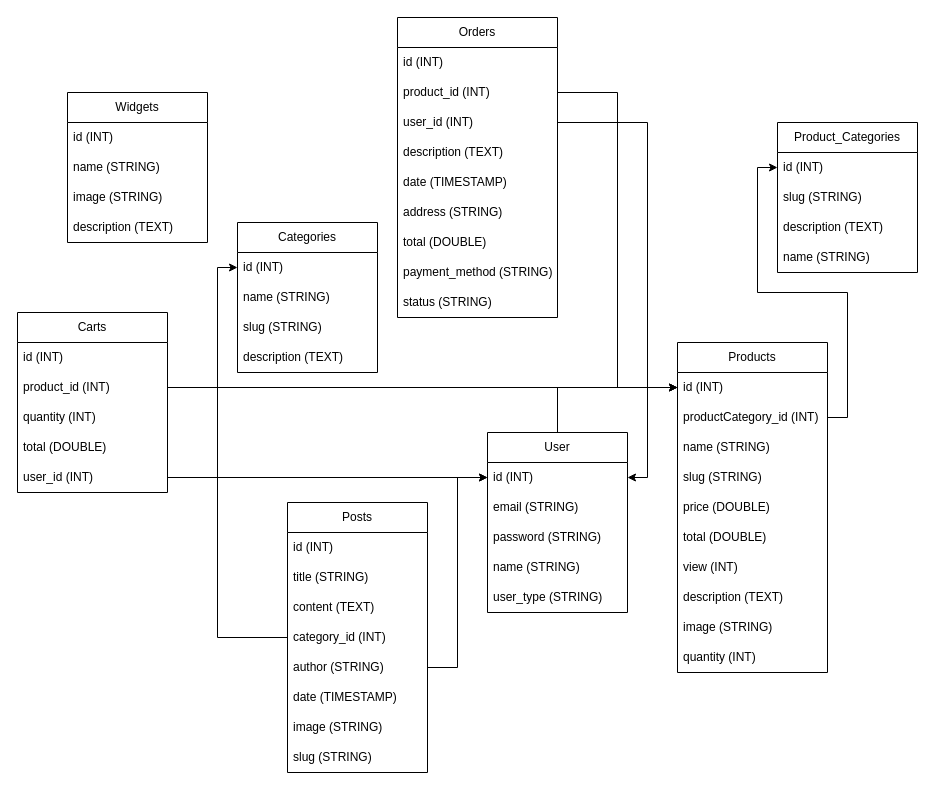
TrieuHongKy/PHP3_WebsiteBanGiay keeps this draw.io diagram as db.drawio. Above is the earlier version. Source tidied: cells renumbered, new cells numbered last; positions are measured from the earlier drawing's top-left corner, leaving out a move shared by most shapes. Both pictures are drawn from the tidied source at 100%, with x=0, y=0 at pixel (17, 17).
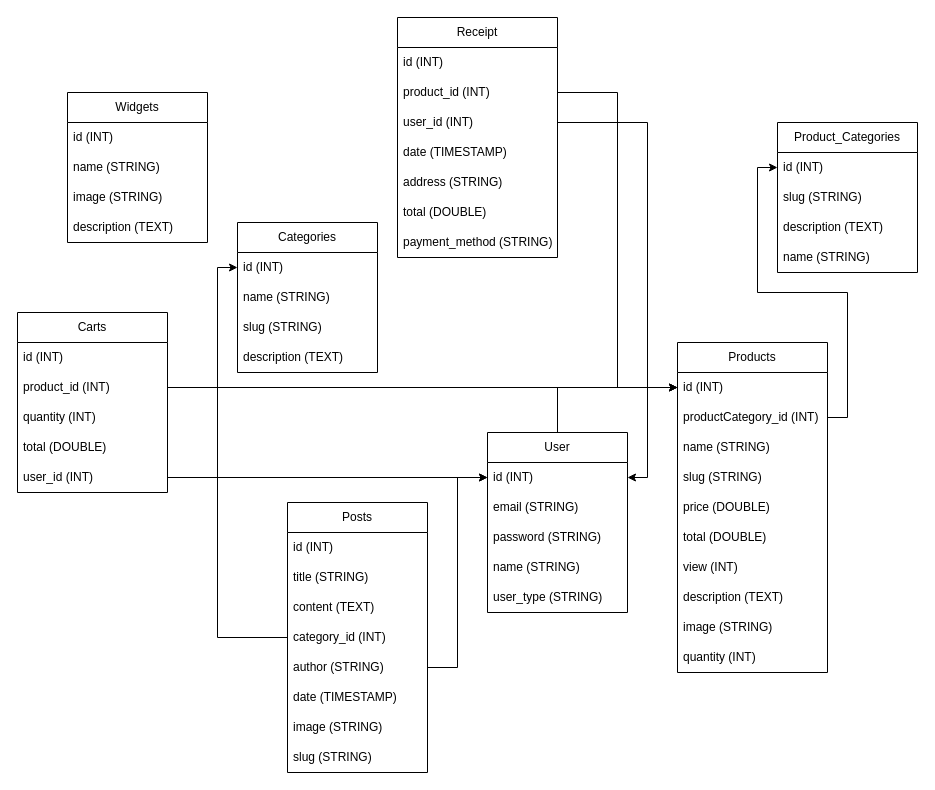
After the change.

Commit message (it also covers changes not shown here):
Add Database By Diagrams And Report File Docx

Diff of the diagram source:
```diff
@@
-    <mxCell id="29" value="Orders" style="swimlane;fontStyle=0;horizontal=1;startSize=30;whiteSpace=wrap;html=1;" parent="1" vertex="1">
-      <mxGeometry x="380" width="160" height="300" as="geometry" />
+    <mxCell id="29" value="Receipt" style="swimlane;fontStyle=0;horizontal=1;startSize=30;whiteSpace=wrap;html=1;" parent="1" vertex="1">
+      <mxGeometry x="380" width="160" height="240" as="geometry" />
     </mxCell>
@@
-    <mxCell id="33" value="description (TEXT)" style="text;strokeColor=none;fillColor=none;align=left;verticalAlign=middle;spacingLeft=4;spacingRight=4;overflow=hidden;whiteSpace=wrap;html=1;" parent="29" vertex="1">
-      <mxGeometry y="120" width="160" height="30" as="geometry" />
-    </mxCell>
     <mxCell id="34" value="date (TIMESTAMP)" style="text;strokeColor=none;fillColor=none;align=left;verticalAlign=middle;spacingLeft=4;spacingRight=4;overflow=hidden;whiteSpace=wrap;html=1;" parent="29" vertex="1">
-      <mxGeometry y="150" width="160" height="30" as="geometry" />
+      <mxGeometry y="120" width="160" height="30" as="geometry" />
     </mxCell>
     <mxCell id="35" value="address (STRING)" style="text;strokeColor=none;fillColor=none;align=left;verticalAlign=middle;spacingLeft=4;spacingRight=4;overflow=hidden;whiteSpace=wrap;html=1;" parent="29" vertex="1">
-      <mxGeometry y="180" width="160" height="30" as="geometry" />
+      <mxGeometry y="150" width="160" height="30" as="geometry" />
     </mxCell>
     <mxCell id="36" value="total (DOUBLE)" style="text;strokeColor=none;fillColor=none;align=left;verticalAlign=middle;spacingLeft=4;spacingRight=4;overflow=hidden;whiteSpace=wrap;html=1;" parent="29" vertex="1">
-      <mxGeometry y="210" width="160" height="30" as="geometry" />
+      <mxGeometry y="180" width="160" height="30" as="geometry" />
     </mxCell>
     <mxCell id="37" value="payment_method (STRING)" style="text;strokeColor=none;fillColor=none;align=left;verticalAlign=middle;spacingLeft=4;spacingRight=4;overflow=hidden;whiteSpace=wrap;html=1;" parent="29" vertex="1">
-      <mxGeometry y="240" width="160" height="30" as="geometry" />
+      <mxGeometry y="210" width="160" height="30" as="geometry" />
     </mxCell>
-    <mxCell id="38" value="status (STRING)" style="text;strokeColor=none;fillColor=none;align=left;verticalAlign=middle;spacingLeft=4;spacingRight=4;overflow=hidden;whiteSpace=wrap;html=1;" parent="29" vertex="1">
-      <mxGeometry y="270" width="160" height="30" as="geometry" />
-    </mxCell>
```
